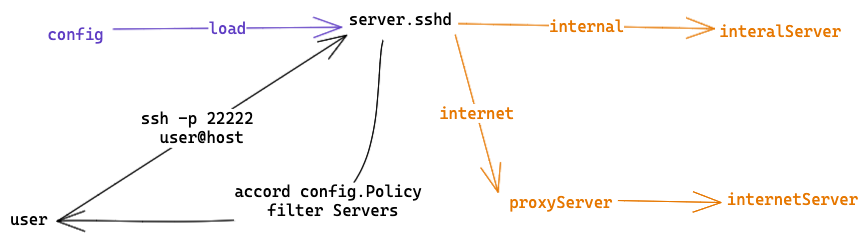
This is .excalidraw.png from xops-infra/jms, a Excalidraw export, as it was before one commit. Source tidied: one line per element, renumbered; positions are measured from the earlier drawing's top-left corner, leaving out a move shared by most shapes.
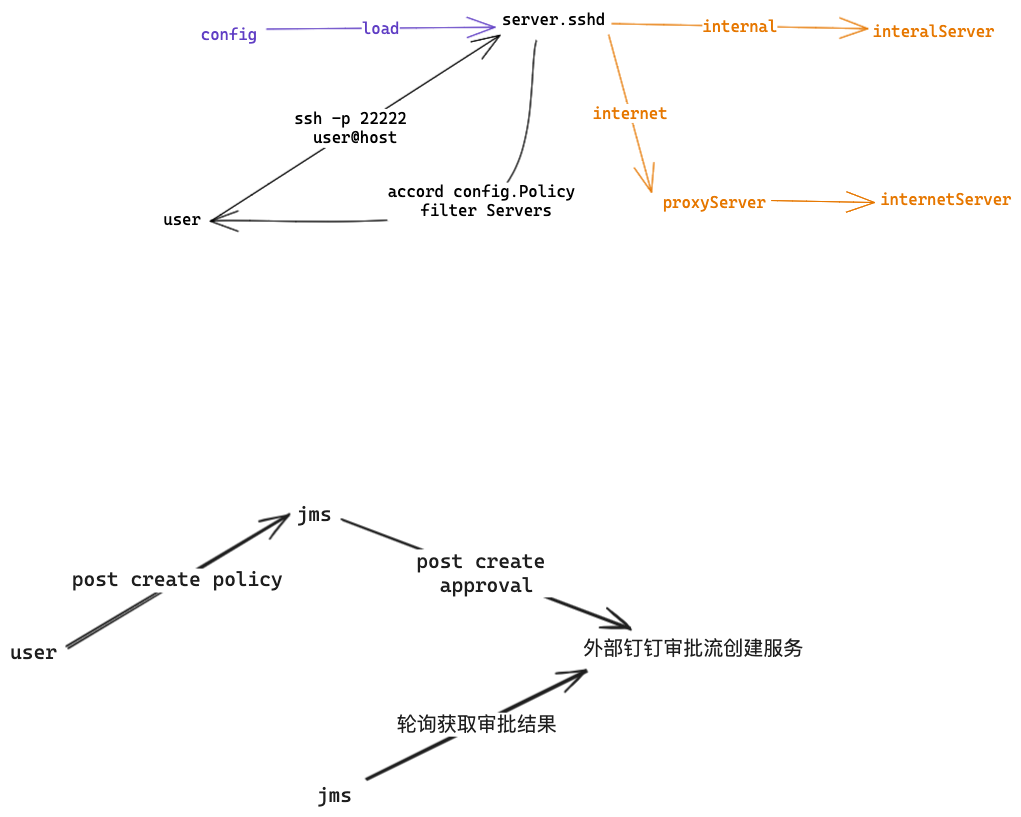
Above is the later version.

Change to the diagram source:
```diff
@@ -15,3 +15,13 @@
 {"id": 14, "type": "text", "text": "ssh -p 22222 \nuser@host", "strokeColor": "#000000", "strokeWidth": 1, "roughness": 0, "fontSize": 16, "fontFamily": 3, "textAlign": "center", "verticalAlign": "middle", "inside": 13, "x": 187, "y": 184, "width": 122, "height": 38}
 {"id": 15, "type": "arrow", "strokeColor": "#000000", "strokeWidth": 1, "roughness": 0, "endArrowhead": "arrow", "round": true, "from": 1, "to": 12, "x": 524, "y": 30, "width": 326, "height": 181, "points": [[0, 0], [-50, 162], [-326, 181]]}
 {"id": 16, "type": "text", "text": "accord config.Policy \nfilter Servers", "strokeColor": "#000000", "strokeWidth": 1, "roughness": 0, "fontSize": 16, "fontFamily": 3, "textAlign": "center", "verticalAlign": "middle", "inside": 15, "x": 375, "y": 172, "width": 197, "height": 38}
+{"id": 17, "type": "text", "text": "jms", "strokeColor": "#1e1e1e", "strokeWidth": 2, "roughness": 1, "fontSize": 20, "fontFamily": 3, "x": 284, "y": 493, "width": 35, "height": 24}
+{"id": 18, "type": "text", "text": "外部钉钉审批流创建服务", "strokeColor": "#1e1e1e", "strokeWidth": 2, "roughness": 1, "fontSize": 20, "fontFamily": 3, "x": 571, "y": 627, "width": 220, "height": 24}
+{"id": 19, "type": "arrow", "strokeColor": "#1e1e1e", "strokeWidth": 2, "roughness": 1, "endArrowhead": "arrow", "round": true, "from": 17, "to": 18, "x": 330, "y": 509, "width": 288, "height": 109, "points": [[0, 0], [288, 109]]}
+{"id": 20, "type": "text", "text": "post create \napproval", "strokeColor": "#1e1e1e", "strokeWidth": 2, "roughness": 1, "fontSize": 20, "fontFamily": 3, "textAlign": "center", "verticalAlign": "middle", "inside": 19, "x": 351, "y": 497, "width": 141, "height": 48}
+{"id": 21, "type": "text", "text": "user", "strokeColor": "#1e1e1e", "strokeWidth": 2, "roughness": 1, "fontSize": 20, "fontFamily": 3, "x": -3, "y": 631, "width": 47, "height": 24}
+{"id": 22, "type": "arrow", "strokeColor": "#1e1e1e", "strokeWidth": 2, "roughness": 1, "endArrowhead": "arrow", "round": true, "from": 21, "to": 17, "x": 54, "y": 637, "width": 222, "height": 133, "points": [[0, 0], [222, -133]]}
+{"id": 23, "type": "text", "text": "post create policy", "strokeColor": "#1e1e1e", "strokeWidth": 2, "roughness": 1, "fontSize": 20, "fontFamily": 3, "textAlign": "center", "verticalAlign": "middle", "inside": 22, "x": 42, "y": 527, "width": 211, "height": 24}
+{"id": 24, "type": "arrow", "strokeColor": "#1e1e1e", "strokeWidth": 2, "roughness": 1, "endArrowhead": "arrow", "round": true, "from": 26, "to": 18, "x": 354, "y": 769, "width": 221, "height": 109, "points": [[0, 0], [221, -109]]}
+{"id": 25, "type": "text", "text": "轮询获取审批结果", "strokeColor": "#1e1e1e", "strokeWidth": 2, "roughness": 1, "fontSize": 20, "fontFamily": 3, "textAlign": "center", "verticalAlign": "middle", "inside": 24, "x": 370, "y": 632, "width": 160, "height": 24}
+{"id": 26, "type": "text", "text": "jms", "strokeColor": "#1e1e1e", "strokeWidth": 2, "roughness": 1, "fontSize": 20, "fontFamily": 3, "x": 304, "y": 774, "width": 35, "height": 24}
```
